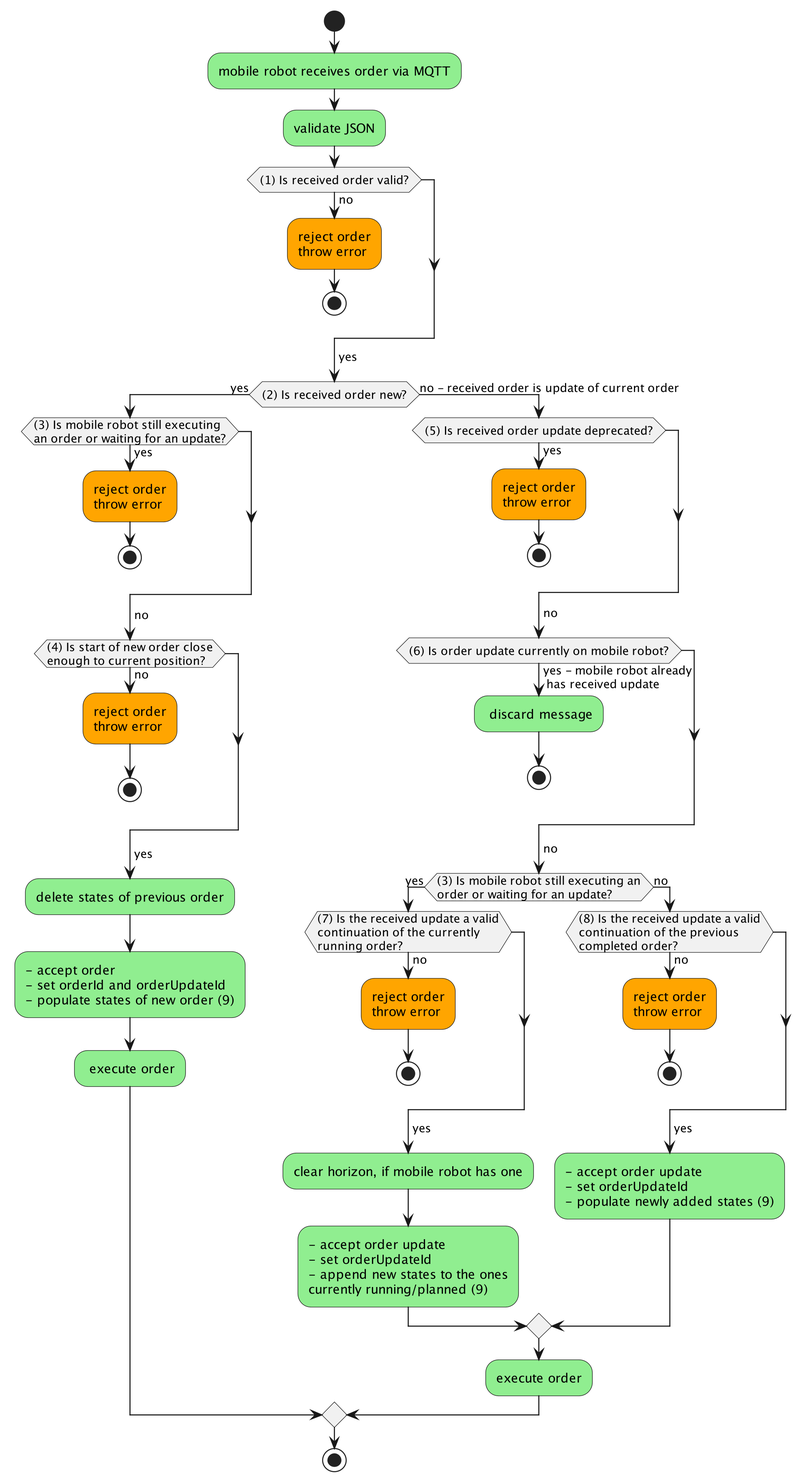
Earlier version of the PlantUML export assets/process_order_update.png (VDA5050/VDA5050).
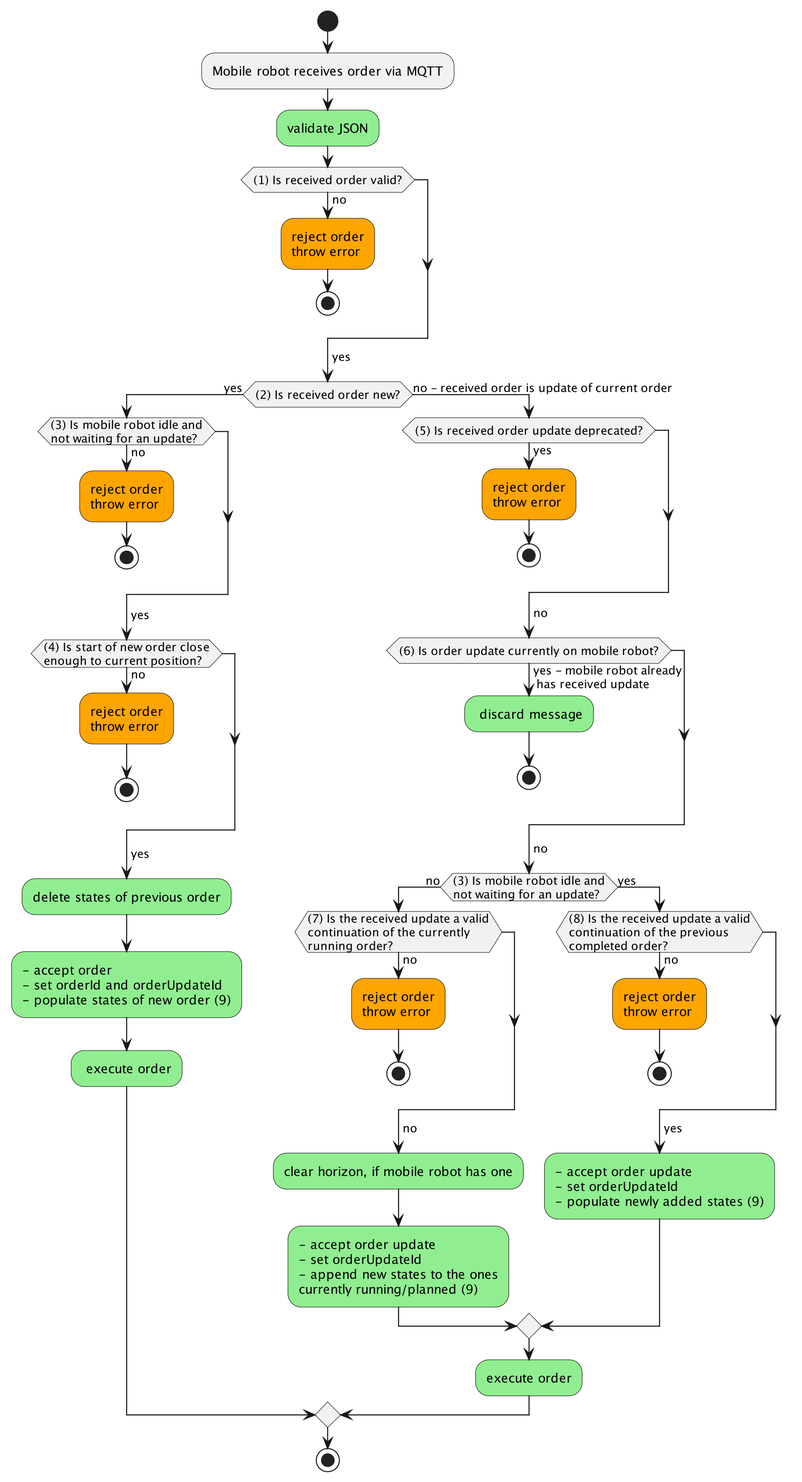
The same diagram one commit later.

Commit message:
Added the idle definition to figure 8 to avoid double definition of idle state.

Change to the diagram source:
```diff
@@ -1,7 +1,7 @@
 @startuml
 skinparam dpi 250
 start
-#lightgreen:mobile robot receives order via MQTT;
+:Mobile robot receives order via MQTT;
 #lightgreen:validate JSON;
 if ((1) Is received order valid?) then (no)
     #orange:reject order
@@ -10,11 +10,11 @@
 endif
 ->yes;
     if ((2) Is received order new?) then (yes)
-        if ((3) Is mobile robot still executing\nan order or waiting for an update?) then (yes)
+        if ((3) Is mobile robot idle and\nnot waiting for an update?) then (no)
         #orange:reject order\nthrow error;
          stop
        endif
-       ->no;
+       ->yes;
             if ((4) Is start of new order close\nenough to current position?) then (no)
                 #orange:reject order\nthrow error;
                 stop
@@ -34,15 +34,15 @@
                 stop
             endif
             ->no;
-                if ((3) Is mobile robot still executing an\norder or waiting for an update?) then (yes)
+                if ((3) Is mobile robot idle and\nnot waiting for an update?) then (no)
                     if ((7) Is the received update a valid\ncontinuation of the currently\nrunning order?) then (no)
                       #orange:reject order\nthrow error;
                       stop
                     endif
-                    ->yes;
+                    ->no;
                         #lightgreen:clear horizon, if mobile robot has one;
                         #lightgreen:- accept order update\n- set orderUpdateId\n- append new states to the ones\ncurrently running/planned (9);
-                else (no)
+                else (yes)
                     if ((8) Is the received update a valid\ncontinuation of the previous\ncompleted order?) then (no)
                         #orange:reject order\nthrow error;
                         stop;
```
